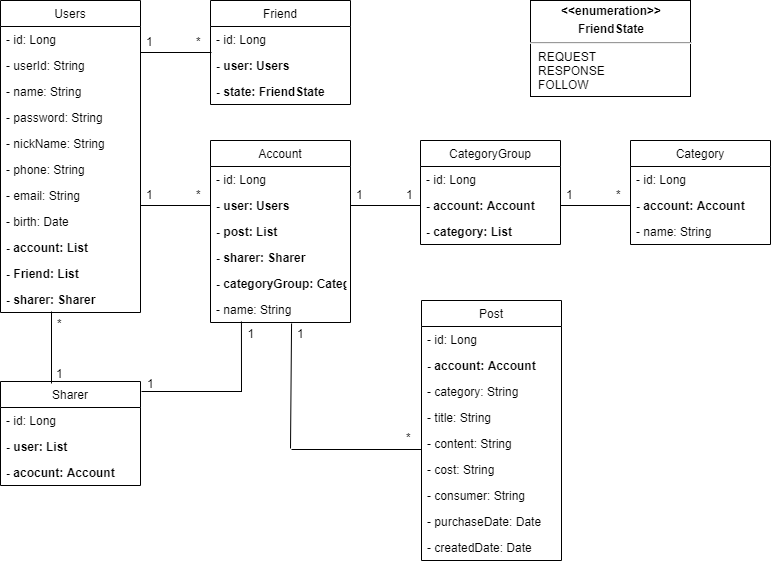
The draw.io diagram image/UML.png in Kpearl/gongbu_server, before a commit. Source tidied: cells renumbered, new cells last; positions are measured from the earlier drawing's top-left corner, leaving out a move shared by most shapes.
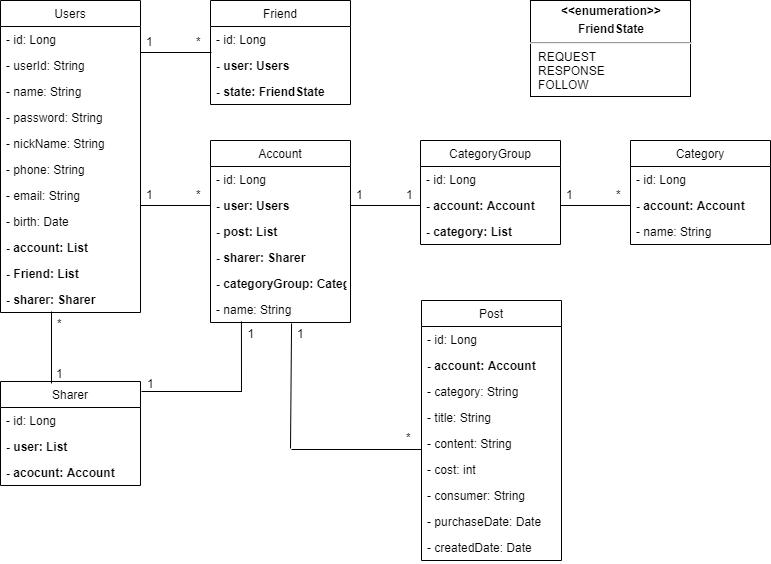
The same file after the commit.

Change to the diagram source:
```diff
@@ -169,7 +169,7 @@
     <mxCell id="55" value="- content: String" style="text;strokeColor=none;fillColor=none;align=left;verticalAlign=top;spacingLeft=4;spacingRight=4;overflow=hidden;" parent="50" vertex="1">
       <mxGeometry y="130" width="140" height="26" as="geometry" />
     </mxCell>
-    <mxCell id="56" value="- cost: String" style="text;strokeColor=none;fillColor=none;align=left;verticalAlign=top;spacingLeft=4;spacingRight=4;overflow=hidden;" parent="50" vertex="1">
+    <mxCell id="56" value="- cost: int" style="text;strokeColor=none;fillColor=none;align=left;verticalAlign=top;spacingLeft=4;spacingRight=4;overflow=hidden;" parent="50" vertex="1">
       <mxGeometry y="156" width="140" height="26" as="geometry" />
     </mxCell>
     <mxCell id="57" value="- consumer: String" style="text;strokeColor=none;fillColor=none;align=left;verticalAlign=top;spacingLeft=4;spacingRight=4;overflow=hidden;" parent="50" vertex="1">
```
